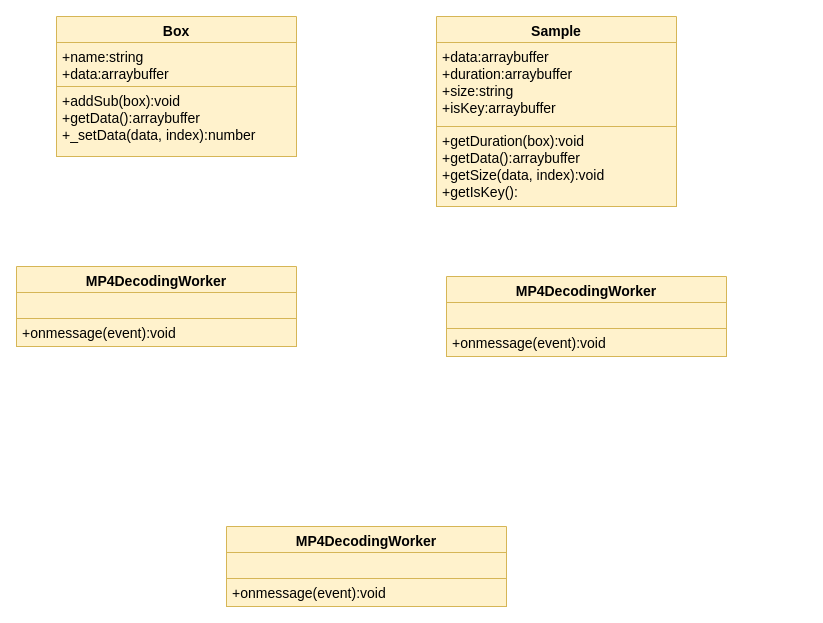
Before: page "Page-5" (5 of 5) of Untitled Diagram.drawio in hellangel2017/hello-world, a draw.io diagram. Source tidied: cells renumbered, new cells numbered last; positions are measured from the earlier drawing's top-left corner, leaving out a move shared by most shapes. Both pictures are drawn from the tidied source at 100%, with x=0, y=0 at pixel (16, 16).
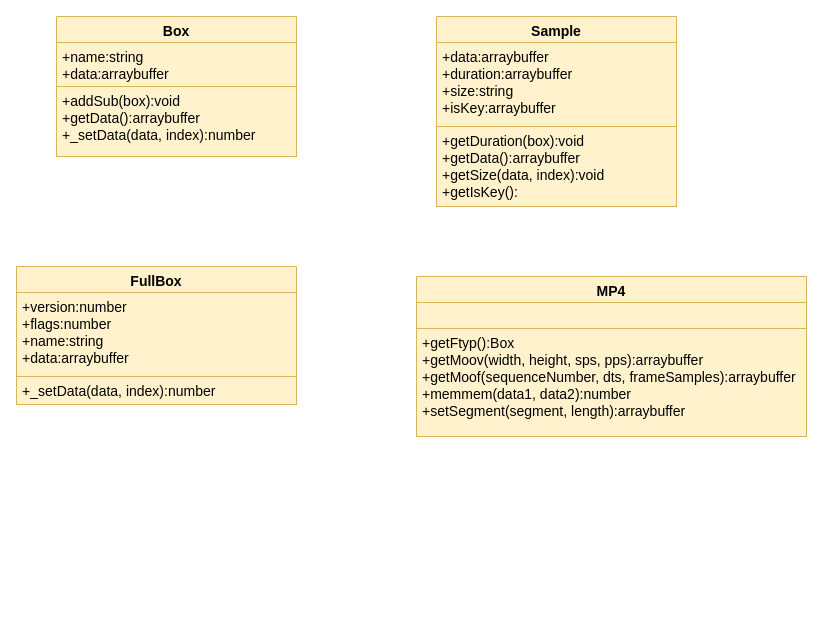
After the change.

Diff of the diagram source:
```diff
@@
-    <mxCell id="6" value="MP4DecodingWorker" style="swimlane;fontStyle=1;align=center;verticalAlign=top;horizontal=1;startSize=26;fontSize=14;fillColor=#fff2cc;strokeColor=#d6b656;" parent="1" vertex="1">
-      <mxGeometry x="210" y="510" width="280" height="80" as="geometry" />
-    </mxCell>
-    <mxCell id="7" style="text;strokeColor=#d6b656;fillColor=#fff2cc;align=left;verticalAlign=top;spacingLeft=4;spacingRight=4;overflow=hidden;fontSize=14;" parent="6" vertex="1">
-      <mxGeometry y="26" width="280" height="26" as="geometry" />
-    </mxCell>
-    <mxCell id="8" style="line;strokeWidth=1;fillColor=#fff2cc;align=left;verticalAlign=middle;spacingTop=-1;spacingLeft=3;spacingRight=3;labelPosition=right;fontSize=14;strokeColor=#d6b656;" parent="6" vertex="1">
-      <mxGeometry y="52" width="280" as="geometry" />
-    </mxCell>
-    <mxCell id="9" value="+onmessage(event):void" style="text;strokeColor=#d6b656;fillColor=#fff2cc;align=left;verticalAlign=top;spacingLeft=4;spacingRight=4;overflow=hidden;fontSize=14;" parent="6" vertex="1">
-      <mxGeometry y="52" width="280" height="28" as="geometry" />
-    </mxCell>
-    <mxCell id="10" value="MP4DecodingWorker" style="swimlane;fontStyle=1;align=center;verticalAlign=top;horizontal=1;startSize=26;fontSize=14;fillColor=#fff2cc;strokeColor=#d6b656;" parent="1" vertex="1">
-      <mxGeometry y="250" width="280" height="80" as="geometry" />
+    <mxCell id="10" value="FullBox" style="swimlane;fontStyle=1;align=center;verticalAlign=top;horizontal=1;startSize=26;fontSize=14;fillColor=#fff2cc;strokeColor=#d6b656;" parent="1" vertex="1">
+      <mxGeometry y="250" width="280" height="138" as="geometry" />
     </mxCell>
-    <mxCell id="11" style="text;strokeColor=#d6b656;fillColor=#fff2cc;align=left;verticalAlign=top;spacingLeft=4;spacingRight=4;overflow=hidden;fontSize=14;" parent="10" vertex="1">
-      <mxGeometry y="26" width="280" height="26" as="geometry" />
+    <mxCell id="11" value="+version:number&#10;+flags:number&#10;+name:string&#10;+data:arraybuffer" style="text;strokeColor=#d6b656;fillColor=#fff2cc;align=left;verticalAlign=top;spacingLeft=4;spacingRight=4;overflow=hidden;fontSize=14;" parent="10" vertex="1">
+      <mxGeometry y="26" width="280" height="84" as="geometry" />
     </mxCell>
     <mxCell id="12" style="line;strokeWidth=1;fillColor=#fff2cc;align=left;verticalAlign=middle;spacingTop=-1;spacingLeft=3;spacingRight=3;labelPosition=right;fontSize=14;strokeColor=#d6b656;" parent="10" vertex="1">
-      <mxGeometry y="52" width="280" as="geometry" />
+      <mxGeometry y="110" width="280" as="geometry" />
     </mxCell>
-    <mxCell id="13" value="+onmessage(event):void" style="text;strokeColor=#d6b656;fillColor=#fff2cc;align=left;verticalAlign=top;spacingLeft=4;spacingRight=4;overflow=hidden;fontSize=14;" parent="10" vertex="1">
-      <mxGeometry y="52" width="280" height="28" as="geometry" />
+    <mxCell id="13" value="+_setData(data, index):number" style="text;strokeColor=#d6b656;fillColor=#fff2cc;align=left;verticalAlign=top;spacingLeft=4;spacingRight=4;overflow=hidden;fontSize=14;" parent="10" vertex="1">
+      <mxGeometry y="110" width="280" height="28" as="geometry" />
     </mxCell>
-    <mxCell id="14" value="MP4DecodingWorker" style="swimlane;fontStyle=1;align=center;verticalAlign=top;horizontal=1;startSize=26;fontSize=14;fillColor=#fff2cc;strokeColor=#d6b656;" parent="1" vertex="1">
-      <mxGeometry x="430" y="260" width="280" height="80" as="geometry" />
+    <mxCell id="14" value="MP4" style="swimlane;fontStyle=1;align=center;verticalAlign=top;horizontal=1;startSize=26;fontSize=14;fillColor=#fff2cc;strokeColor=#d6b656;" parent="1" vertex="1">
+      <mxGeometry x="400" y="260" width="390" height="160" as="geometry" />
     </mxCell>
     <mxCell id="15" style="text;strokeColor=#d6b656;fillColor=#fff2cc;align=left;verticalAlign=top;spacingLeft=4;spacingRight=4;overflow=hidden;fontSize=14;" parent="14" vertex="1">
-      <mxGeometry y="26" width="280" height="26" as="geometry" />
+      <mxGeometry y="26" width="390" height="26" as="geometry" />
     </mxCell>
     <mxCell id="16" style="line;strokeWidth=1;fillColor=#fff2cc;align=left;verticalAlign=middle;spacingTop=-1;spacingLeft=3;spacingRight=3;labelPosition=right;fontSize=14;strokeColor=#d6b656;" parent="14" vertex="1">
-      <mxGeometry y="52" width="280" as="geometry" />
+      <mxGeometry y="52" width="390" as="geometry" />
     </mxCell>
-    <mxCell id="17" value="+onmessage(event):void" style="text;strokeColor=#d6b656;fillColor=#fff2cc;align=left;verticalAlign=top;spacingLeft=4;spacingRight=4;overflow=hidden;fontSize=14;" parent="14" vertex="1">
-      <mxGeometry y="52" width="280" height="28" as="geometry" />
+    <mxCell id="17" value="+getFtyp():Box&#10;+getMoov(width, height, sps, pps):arraybuffer&#10;+getMoof(sequenceNumber, dts, frameSamples):arraybuffer&#10;+memmem(data1, data2):number&#10;+setSegment(segment, length):arraybuffer&#10;" style="text;strokeColor=#d6b656;fillColor=#fff2cc;align=left;verticalAlign=top;spacingLeft=4;spacingRight=4;overflow=hidden;fontSize=14;" parent="14" vertex="1">
+      <mxGeometry y="52" width="390" height="108" as="geometry" />
     </mxCell>
```
